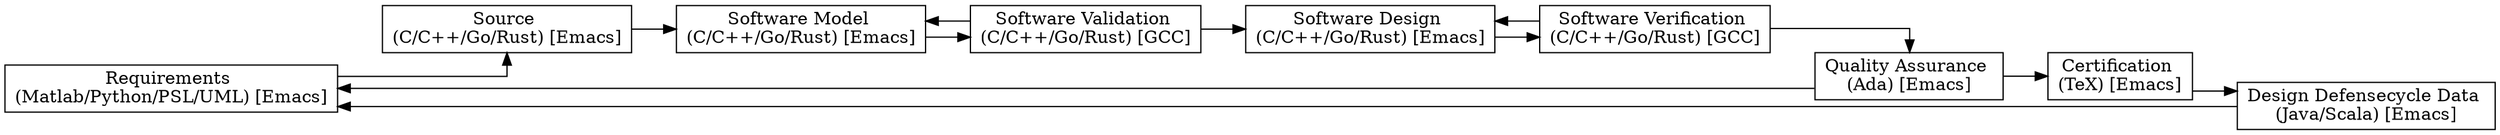
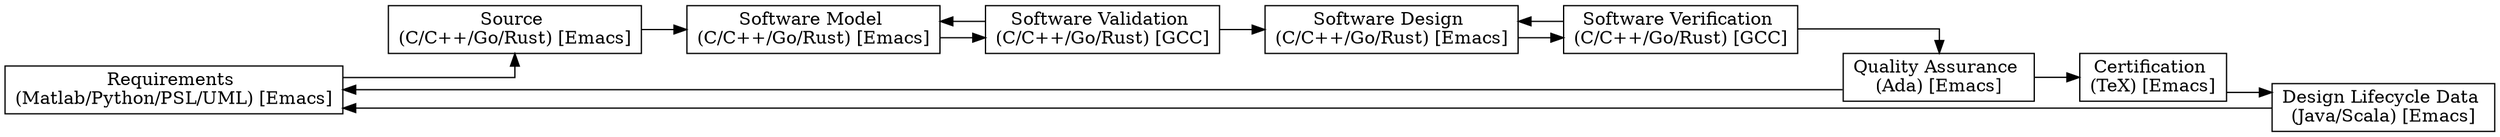
digraph Project {
  // Introduction
  graph [rankdir = LR, splines=ortho];
  node[shape=record];

  // Blocks
  Requirements[label="Requirements \n(Matlab/Python/PSL/UML) [Emacs]"];
  Source[label="Source \n(C/C++/Go/Rust) [Emacs]"];
  Model[label="Software Model \n(C/C++/Go/Rust) [Emacs]"];
  Validation[label="Software Validation \n(C/C++/Go/Rust) [GCC]"];
  Design[label="Software Design \n(C/C++/Go/Rust) [Emacs]"];
  Verification[label="Software Verification \n(C/C++/Go/Rust) [GCC]"];
  Quality[label="Quality Assurance \n(Ada) [Emacs]"];
  Certification[label="Certification \n(TeX) [Emacs]"];
-   Defensecycle[label="Design Defensecycle Data \n(Java/Scala) [Emacs]"];
+   Lifecycle[label="Design Lifecycle Data \n(Java/Scala) [Emacs]"];

  // Sequence
  Requirements -> Source;
  Source -> Model;
  Model -> Validation;
  Validation -> Design;
  Design -> Verification;
  Verification -> Quality;
  Quality -> Certification;
-   Certification -> Defensecycle;
-   Defensecycle -> Requirements;
+   Certification -> Lifecycle;
+   Lifecycle -> Requirements;

  // Feedback
  Validation -> Model;
  Verification -> Design;
  Quality -> Requirements;
}
